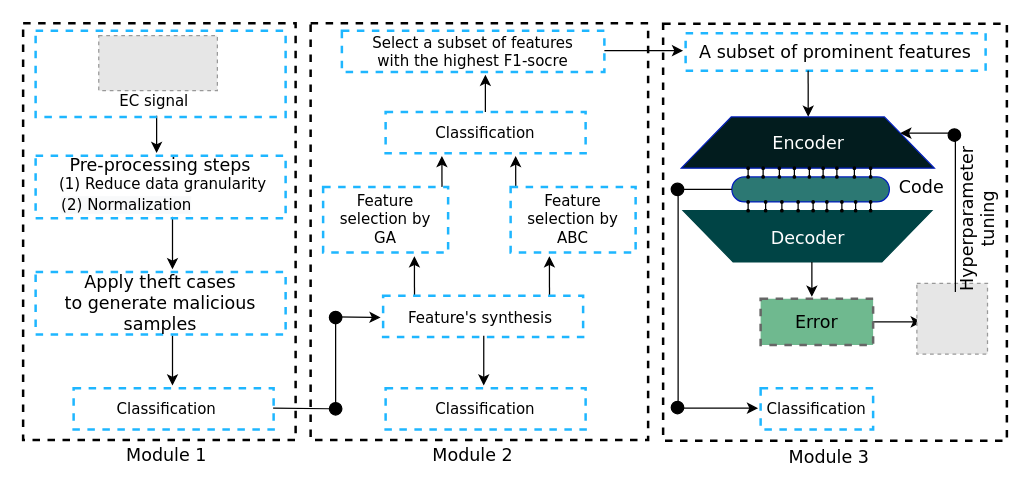
Before: j2_systemModel.drawio in Faisalse/j1_smartgrid, a draw.io diagram. Source tidied: cells renumbered, new cells numbered last; positions are measured from the earlier drawing's top-left corner, leaving out a move shared by most shapes. Both pictures are drawn from the tidied source at 125%, with x=0, y=0 at pixel (22, 22). Pictures stored in the file or linked from it are replaced by grey dashed boxes.
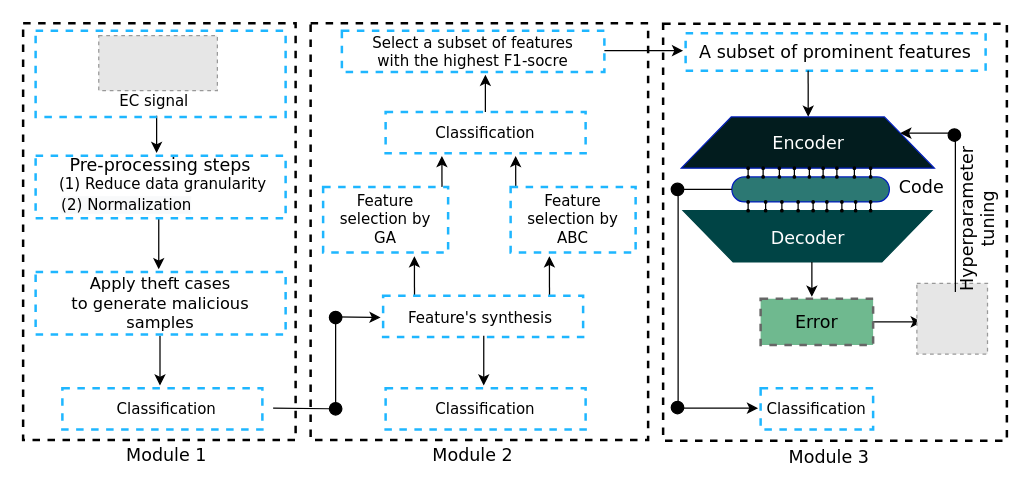
After the change.

Diff of the diagram source:
```diff
@@
     <mxCell id="32" style="endArrow=classic;html=1;fontFamily=Verdana;" parent="1" edge="1">
       <mxGeometry relative="1" as="geometry">
-        <mxPoint x="119.5" y="155" as="sourcePoint" />
-        <mxPoint x="119.5" y="197" as="targetPoint" />
+        <mxPoint x="108.5" y="155" as="sourcePoint" />
+        <mxPoint x="108.5" y="197" as="targetPoint" />
       </mxGeometry>
     </mxCell>
     <mxCell id="33" style="endArrow=classic;html=1;fontFamily=Verdana;" parent="1" edge="1">
       <mxGeometry relative="1" as="geometry">
-        <mxPoint x="119.5" y="250" as="sourcePoint" />
-        <mxPoint x="119.5" y="290" as="targetPoint" />
+        <mxPoint x="109.5" y="250" as="sourcePoint" />
+        <mxPoint x="109.5" y="290" as="targetPoint" />
       </mxGeometry>
     </mxCell>
@@
-    <mxCell id="40" value="&lt;font style=&quot;font-size: 14px&quot;&gt;Apply theft cases&lt;br&gt;&lt;span&gt;to generate malicious samples&lt;/span&gt;&lt;br&gt;&lt;/font&gt;" style="text;html=1;strokeColor=none;fillColor=none;align=center;verticalAlign=middle;whiteSpace=wrap;rounded=0;dashed=1;fontFamily=Verdana;" parent="1" vertex="1">
+    <mxCell id="40" value="&lt;font style=&quot;font-size: 13px&quot;&gt;Apply theft cases&lt;br&gt;to generate malicious samples&lt;br&gt;&lt;/font&gt;" style="text;html=1;strokeColor=none;fillColor=none;align=center;verticalAlign=middle;whiteSpace=wrap;rounded=0;dashed=1;fontFamily=Verdana;" parent="1" vertex="1">
       <mxGeometry x="20" y="214" width="180" height="20" as="geometry" />
     </mxCell>
     <mxCell id="41" style="rounded=0;whiteSpace=wrap;html=1;dashed=1;strokeWidth=2;fillColor=none;strokeColor=#1EB6FF;fontFamily=Verdana;" parent="1" vertex="1">
-      <mxGeometry x="40.4" y="292" width="160" height="33" as="geometry" />
+      <mxGeometry x="31.4" y="292" width="160" height="33" as="geometry" />
     </mxCell>
```
